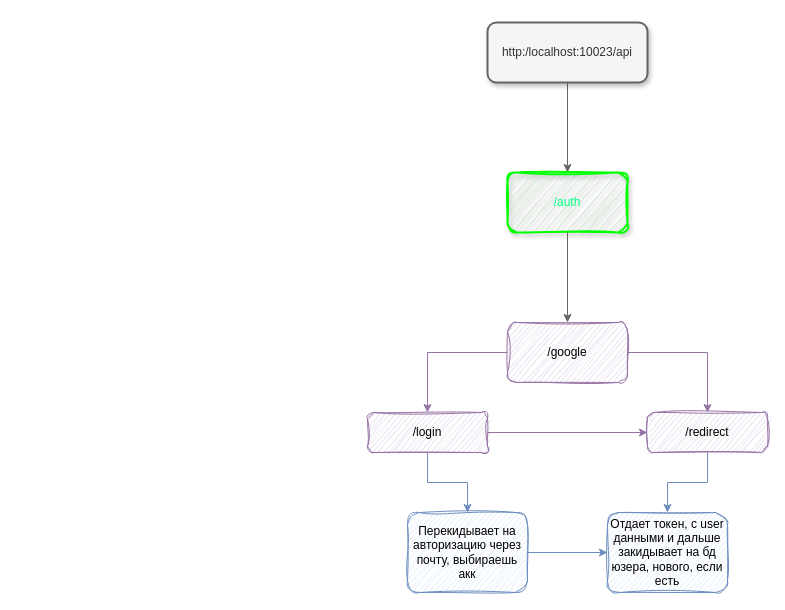
Earlier version of the draw.io diagram Диаграмма без названия.drawio (soorq/Front-End_Client-Side). Source tidied: cells renumbered, new cells numbered last; positions are measured from the earlier drawing's top-left corner, leaving out a move shared by most shapes. Both pictures are drawn from the tidied source at 100%, with x=0, y=0 at pixel (367, 22).
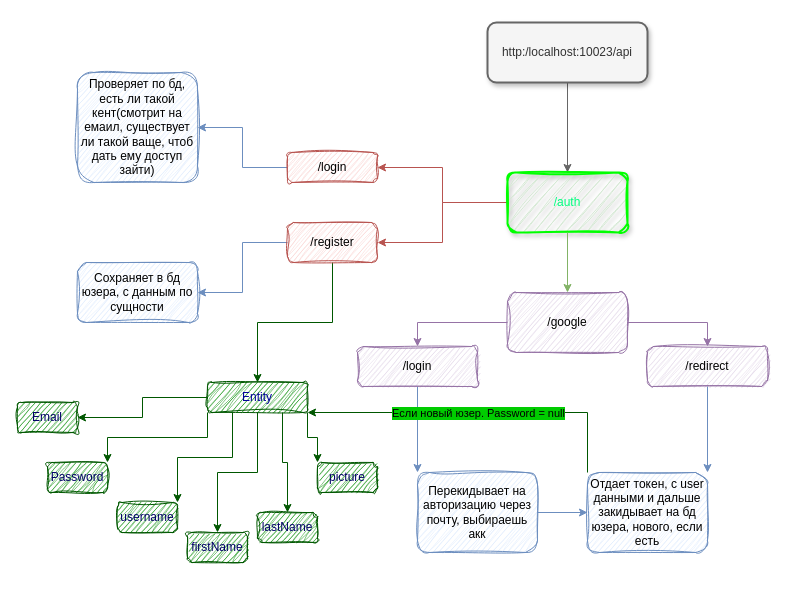
After the change.

Unchanged cells that the change refers to:
```xml
<mxCell id="4" value="&lt;font color=&quot;#00ff80&quot;&gt;/auth&lt;/font&gt;" style="rounded=1;whiteSpace=wrap;html=1;fillColor=#d5e8d4;strokeColor=#00FF00;strokeWidth=2;shadow=1;sketch=1;curveFitting=1;jiggle=2;" parent="1" vertex="1">
  <mxGeometry x="140" y="150" width="120" height="60" as="geometry" />
</mxCell>
```

The edit, as a diff of the source:
```diff
@@
+    <mxCell id="18" style="edgeStyle=orthogonalEdgeStyle;rounded=0;jettySize=auto;html=1;exitX=0;exitY=0.5;exitDx=0;exitDy=0;entryX=1;entryY=0.5;entryDx=0;entryDy=0;fillColor=#f8cecc;strokeColor=#b85450;" parent="1" edge="1" source="4" target="23">
+      <mxGeometry relative="1" as="geometry" />
+    </mxCell>
+    <mxCell id="19" style="edgeStyle=orthogonalEdgeStyle;rounded=0;jettySize=auto;html=1;entryX=1;entryY=0.5;entryDx=0;entryDy=0;fillColor=#f8cecc;strokeColor=#b85450;" parent="1" edge="1" source="4" target="26">
+      <mxGeometry relative="1" as="geometry" />
+    </mxCell>
@@
-    <mxCell id="5" style="edgeStyle=orthogonalEdgeStyle;rounded=0;jettySize=auto;html=1;exitX=0.5;exitY=1;exitDx=0;exitDy=0;fillColor=#f5f5f5;strokeColor=#666666;entryX=0.5;entryY=0;entryDx=0;entryDy=0;" parent="1" edge="1" source="4" target="8">
+    <mxCell id="5" style="edgeStyle=orthogonalEdgeStyle;rounded=0;jettySize=auto;html=1;exitX=0.5;exitY=1;exitDx=0;exitDy=0;fillColor=#d5e8d4;strokeColor=#82b366;entryX=0.5;entryY=0;entryDx=0;entryDy=0;" parent="1" edge="1" source="4" target="8">
       <mxGeometry relative="1" as="geometry" />
     </mxCell>
@@
     <mxCell id="8" value="/google" style="rounded=1;whiteSpace=wrap;html=1;fillColor=#e1d5e7;strokeColor=#9673a6;sketch=1;curveFitting=1;jiggle=2;" parent="1" vertex="1">
-      <mxGeometry x="140" y="300" width="120" height="60" as="geometry" />
+      <mxGeometry x="140" y="270" width="120" height="60" as="geometry" />
     </mxCell>
-    <mxCell id="9" style="edgeStyle=orthogonalEdgeStyle;rounded=0;jettySize=auto;html=1;entryX=0.5;entryY=0;entryDx=0;entryDy=0;fillColor=#dae8fc;strokeColor=#6c8ebf;" parent="1" edge="1" source="11" target="15">
+    <mxCell id="9" style="edgeStyle=orthogonalEdgeStyle;rounded=0;jettySize=auto;html=1;entryX=0;entryY=0;entryDx=0;entryDy=0;fillColor=#dae8fc;strokeColor=#6c8ebf;" parent="1" edge="1" source="11" target="15">
       <mxGeometry relative="1" as="geometry" />
     </mxCell>
-    <mxCell id="10" style="edgeStyle=orthogonalEdgeStyle;rounded=0;jettySize=auto;html=1;entryX=0;entryY=0.5;entryDx=0;entryDy=0;fillColor=#e1d5e7;strokeColor=#9673a6;" parent="1" edge="1" source="11" target="13">
-      <mxGeometry relative="1" as="geometry" />
-    </mxCell>
     <mxCell id="11" value="/login" style="rounded=1;whiteSpace=wrap;html=1;sketch=1;curveFitting=1;jiggle=2;fillColor=#e1d5e7;strokeColor=#9673a6;" parent="1" vertex="1">
-      <mxGeometry y="390" width="120" height="40" as="geometry" />
+      <mxGeometry x="-10" y="324" width="120" height="40" as="geometry" />
     </mxCell>
-    <mxCell id="12" style="edgeStyle=orthogonalEdgeStyle;rounded=0;jettySize=auto;html=1;exitX=0.5;exitY=1;exitDx=0;exitDy=0;entryX=0.5;entryY=0;entryDx=0;entryDy=0;fillColor=#dae8fc;strokeColor=#6c8ebf;" parent="1" edge="1" source="13" target="17">
+    <mxCell id="12" style="edgeStyle=orthogonalEdgeStyle;rounded=0;jettySize=auto;html=1;exitX=0.5;exitY=1;exitDx=0;exitDy=0;entryX=1;entryY=0;entryDx=0;entryDy=0;fillColor=#dae8fc;strokeColor=#6c8ebf;" parent="1" edge="1" source="13" target="17">
       <mxGeometry relative="1" as="geometry" />
     </mxCell>
     <mxCell id="13" value="/redirect" style="rounded=1;whiteSpace=wrap;html=1;sketch=1;curveFitting=1;jiggle=2;fillColor=#e1d5e7;strokeColor=#9673a6;" parent="1" vertex="1">
-      <mxGeometry x="280" y="390" width="120" height="40" as="geometry" />
+      <mxGeometry x="280" y="324" width="120" height="40" as="geometry" />
     </mxCell>
@@
     <mxCell id="15" value="Перекидывает на авторизацию через почту, выбираешь акк" style="rounded=1;whiteSpace=wrap;html=1;sketch=1;curveFitting=1;jiggle=2;fillColor=#dae8fc;strokeColor=#6c8ebf;" parent="1" vertex="1">
-      <mxGeometry x="40" y="490" width="120" height="80" as="geometry" />
+      <mxGeometry x="50" y="450" width="120" height="80" as="geometry" />
     </mxCell>
@@
+    <mxCell id="20" style="edgeStyle=orthogonalEdgeStyle;rounded=0;jettySize=auto;html=1;exitX=0;exitY=0;exitDx=0;exitDy=0;entryX=1;entryY=1;entryDx=0;entryDy=0;fillColor=#008a00;strokeColor=#005700;" parent="1" edge="1" source="17" target="35">
+      <mxGeometry relative="1" as="geometry">
+        <Array as="points">
+          <mxPoint x="220" y="390" />
+        </Array>
+      </mxGeometry>
+    </mxCell>
+    <mxCell id="21" value="Если новый юзер. Password = null" style="edgeLabel;html=1;align=center;verticalAlign=middle;labelBackgroundColor=#00CC00;" parent="20" vertex="1">
+      <mxGeometry relative="1" as="geometry" />
+    </mxCell>
     <mxCell id="17" value="Отдает токен, с user данными и дальше закидывает на бд юзера, нового, если есть" style="rounded=1;whiteSpace=wrap;html=1;sketch=1;curveFitting=1;jiggle=2;fillColor=#dae8fc;strokeColor=#6c8ebf;" parent="1" vertex="1">
-      <mxGeometry x="240" y="490" width="120" height="80" as="geometry" />
+      <mxGeometry x="220" y="450" width="120" height="80" as="geometry" />
     </mxCell>
+    <mxCell id="22" style="edgeStyle=orthogonalEdgeStyle;rounded=0;jettySize=auto;html=1;exitX=0;exitY=0.5;exitDx=0;exitDy=0;fillColor=#dae8fc;strokeColor=#6c8ebf;" parent="1" edge="1" source="23" target="28">
+      <mxGeometry relative="1" as="geometry" />
+    </mxCell>
+    <mxCell id="23" value="/login" style="rounded=1;whiteSpace=wrap;html=1;sketch=1;curveFitting=1;jiggle=2;fillColor=#f8cecc;strokeColor=#b85450;" parent="1" vertex="1">
+      <mxGeometry x="-80" y="130" width="90" height="30" as="geometry" />
+    </mxCell>
+    <mxCell id="24" style="edgeStyle=orthogonalEdgeStyle;rounded=0;jettySize=auto;html=1;fillColor=#dae8fc;strokeColor=#6c8ebf;" parent="1" edge="1" source="26" target="27">
+      <mxGeometry relative="1" as="geometry" />
+    </mxCell>
+    <mxCell id="25" style="edgeStyle=orthogonalEdgeStyle;rounded=0;jettySize=auto;html=1;exitX=0.5;exitY=1;exitDx=0;exitDy=0;fillColor=#008a00;strokeColor=#005700;" parent="1" edge="1" source="26" target="35">
+      <mxGeometry relative="1" as="geometry" />
+    </mxCell>
+    <mxCell id="26" value="/register" style="rounded=1;whiteSpace=wrap;html=1;sketch=1;curveFitting=1;jiggle=2;fillColor=#f8cecc;strokeColor=#b85450;" parent="1" vertex="1">
+      <mxGeometry x="-80" y="200" width="90" height="40" as="geometry" />
+    </mxCell>
+    <mxCell id="27" value="Сохраняет в бд юзера, с данным по сущности" style="rounded=1;whiteSpace=wrap;html=1;fillColor=#dae8fc;strokeColor=#6c8ebf;sketch=1;curveFitting=1;jiggle=2;" parent="1" vertex="1">
+      <mxGeometry x="-290" y="240" width="120" height="60" as="geometry" />
+    </mxCell>
+    <mxCell id="28" value="Проверяет по бд, есть ли такой кент(смотрит на емаил, существует ли такой ваще, чтоб дать ему доступ зайти)" style="rounded=1;whiteSpace=wrap;html=1;fillColor=#dae8fc;strokeColor=#6c8ebf;sketch=1;curveFitting=1;jiggle=2;" parent="1" vertex="1">
+      <mxGeometry x="-290" y="50" width="120" height="110" as="geometry" />
+    </mxCell>
+    <mxCell id="29" style="edgeStyle=orthogonalEdgeStyle;rounded=0;jettySize=auto;html=1;exitX=0.75;exitY=1;exitDx=0;exitDy=0;entryX=0.5;entryY=0;entryDx=0;entryDy=0;fillColor=#008a00;strokeColor=#005700;" parent="1" edge="1" source="35" target="38">
+      <mxGeometry relative="1" as="geometry" />
+    </mxCell>
+    <mxCell id="30" style="edgeStyle=orthogonalEdgeStyle;rounded=0;jettySize=auto;html=1;exitX=0.5;exitY=1;exitDx=0;exitDy=0;fillColor=#008a00;strokeColor=#005700;" parent="1" edge="1" source="35" target="40">
+      <mxGeometry relative="1" as="geometry" />
+    </mxCell>
+    <mxCell id="31" style="edgeStyle=orthogonalEdgeStyle;rounded=0;jettySize=auto;html=1;exitX=0.25;exitY=1;exitDx=0;exitDy=0;entryX=1;entryY=0;entryDx=0;entryDy=0;fillColor=#008a00;strokeColor=#005700;" parent="1" edge="1" source="35" target="36">
+      <mxGeometry relative="1" as="geometry" />
+    </mxCell>
+    <mxCell id="32" style="edgeStyle=orthogonalEdgeStyle;rounded=0;jettySize=auto;html=1;exitX=0;exitY=1;exitDx=0;exitDy=0;fillColor=#008a00;strokeColor=#005700;entryX=1;entryY=0;entryDx=0;entryDy=0;" parent="1" edge="1" source="35" target="39">
+      <mxGeometry relative="1" as="geometry" />
+    </mxCell>
+    <mxCell id="33" style="edgeStyle=orthogonalEdgeStyle;rounded=0;jettySize=auto;html=1;exitX=0;exitY=0.5;exitDx=0;exitDy=0;entryX=1;entryY=0.5;entryDx=0;entryDy=0;fillColor=#008a00;strokeColor=#005700;" parent="1" edge="1" source="35" target="37">
+      <mxGeometry relative="1" as="geometry" />
+    </mxCell>
+    <mxCell id="34" style="edgeStyle=orthogonalEdgeStyle;rounded=0;jettySize=auto;html=1;exitX=1;exitY=1;exitDx=0;exitDy=0;entryX=0;entryY=0;entryDx=0;entryDy=0;fillColor=#008a00;strokeColor=#005700;" parent="1" edge="1" source="35" target="41">
+      <mxGeometry relative="1" as="geometry" />
+    </mxCell>
+    <mxCell id="35" value="&lt;font color=&quot;#000099&quot;&gt;Entity&lt;/font&gt;" style="rounded=1;whiteSpace=wrap;html=1;sketch=1;curveFitting=1;jiggle=2;fillColor=#008a00;strokeColor=#005700;fontColor=#ffffff;" parent="1" vertex="1">
+      <mxGeometry x="-160" y="360" width="100" height="30" as="geometry" />
+    </mxCell>
+    <mxCell id="36" value="&lt;font color=&quot;#000066&quot;&gt;username&lt;/font&gt;" style="rounded=1;whiteSpace=wrap;html=1;sketch=1;curveFitting=1;jiggle=2;fillColor=#008a00;fontColor=#ffffff;strokeColor=#005700;" parent="1" vertex="1">
+      <mxGeometry x="-250" y="480" width="60" height="30" as="geometry" />
+    </mxCell>
+    <mxCell id="37" value="&lt;font color=&quot;#000066&quot;&gt;Email&lt;/font&gt;" style="rounded=1;whiteSpace=wrap;html=1;sketch=1;curveFitting=1;jiggle=2;fillColor=#008a00;fontColor=#ffffff;strokeColor=#005700;" parent="1" vertex="1">
+      <mxGeometry x="-350" y="380" width="60" height="30" as="geometry" />
+    </mxCell>
+    <mxCell id="38" value="&lt;font color=&quot;#000066&quot;&gt;lastName&lt;/font&gt;" style="rounded=1;whiteSpace=wrap;html=1;sketch=1;curveFitting=1;jiggle=2;fillColor=#008a00;fontColor=#ffffff;strokeColor=#005700;" parent="1" vertex="1">
+      <mxGeometry x="-110" y="490" width="60" height="30" as="geometry" />
+    </mxCell>
+    <mxCell id="39" value="&lt;font color=&quot;#000066&quot;&gt;Password&lt;/font&gt;" style="rounded=1;whiteSpace=wrap;html=1;sketch=1;curveFitting=1;jiggle=2;fillColor=#008a00;fontColor=#ffffff;strokeColor=#005700;" parent="1" vertex="1">
+      <mxGeometry x="-320" y="440" width="60" height="30" as="geometry" />
+    </mxCell>
+    <mxCell id="40" value="&lt;font color=&quot;#000066&quot;&gt;firstName&lt;/font&gt;" style="rounded=1;whiteSpace=wrap;html=1;sketch=1;curveFitting=1;jiggle=2;fillColor=#008a00;fontColor=#ffffff;strokeColor=#005700;" parent="1" vertex="1">
+      <mxGeometry x="-180" y="510" width="60" height="30" as="geometry" />
+    </mxCell>
+    <mxCell id="41" value="&lt;font color=&quot;#000066&quot;&gt;picture&lt;/font&gt;" style="rounded=1;whiteSpace=wrap;html=1;sketch=1;curveFitting=1;jiggle=2;fillColor=#008a00;fontColor=#ffffff;strokeColor=#005700;" parent="1" vertex="1">
+      <mxGeometry x="-50" y="440" width="60" height="30" as="geometry" />
+    </mxCell>
```
